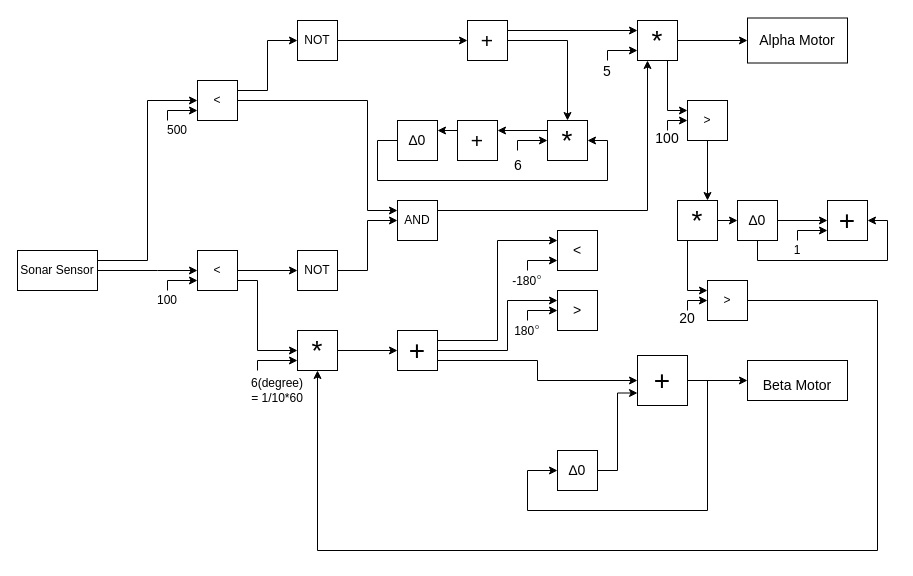
The draw.io diagram proj07/ps2.drawio in miaoyuyang/CSE231, before the edit. Source tidied: cells renumbered, new cells numbered last; positions are measured from the earlier drawing's top-left corner, leaving out a move shared by most shapes. Both pictures are drawn from the tidied source at 100%, with x=0, y=0 at pixel (17, 18).
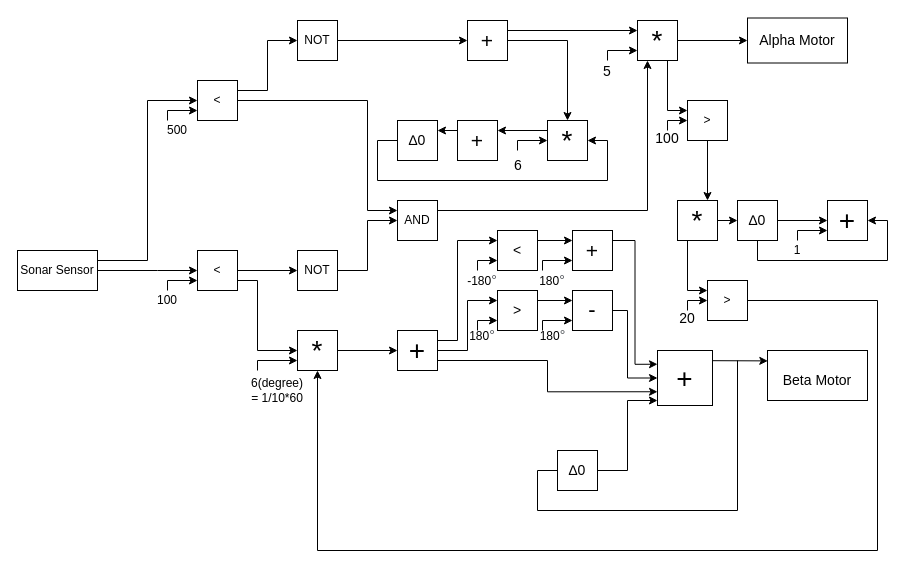
The same page after the edit.

The change refers to these unchanged cells:
```xml
<mxCell id="25" value="+" style="whiteSpace=wrap;html=1;fontSize=28;" parent="1" vertex="1">
  <mxGeometry x="380" y="312" width="40" height="40" as="geometry" />
</mxCell>
<mxCell id="32" value="∆0" style="whiteSpace=wrap;html=1;fontSize=14;" parent="1" vertex="1">
  <mxGeometry x="540" y="432" width="40" height="40" as="geometry" />
</mxCell>
```

The edit, as a diff of the source:
```diff
@@
-    <mxCell id="22" style="edgeStyle=orthogonalEdgeStyle;rounded=0;jettySize=auto;html=1;exitX=1;exitY=0.75;exitDx=0;exitDy=0;entryX=0;entryY=0.5;entryDx=0;entryDy=0;fontSize=14;" parent="1" edge="1" source="25" target="27">
-      <mxGeometry relative="1" as="geometry" />
-    </mxCell>
     <mxCell id="23" style="edgeStyle=orthogonalEdgeStyle;rounded=0;jettySize=auto;html=1;exitX=1;exitY=0.25;exitDx=0;exitDy=0;entryX=0;entryY=0.25;entryDx=0;entryDy=0;fontSize=14;" parent="1" edge="1" source="25" target="33">
-      <mxGeometry relative="1" as="geometry" />
+      <mxGeometry relative="1" as="geometry">
+        <Array as="points">
+          <mxPoint x="440" y="322" />
+          <mxPoint x="440" y="222" />
+        </Array>
+      </mxGeometry>
     </mxCell>
     <mxCell id="24" style="edgeStyle=orthogonalEdgeStyle;rounded=0;jettySize=auto;html=1;exitX=1;exitY=0.5;exitDx=0;exitDy=0;entryX=0;entryY=0.25;entryDx=0;entryDy=0;fontSize=14;" parent="1" edge="1" source="25" target="34">
       <mxGeometry relative="1" as="geometry">
         <Array as="points">
-          <mxPoint x="490" y="332" />
-          <mxPoint x="490" y="282" />
+          <mxPoint x="450" y="332" />
+          <mxPoint x="450" y="282" />
         </Array>
       </mxGeometry>
     </mxCell>
+    <mxCell id="22" style="edgeStyle=orthogonalEdgeStyle;rounded=0;jettySize=auto;html=1;exitX=1;exitY=0.75;exitDx=0;exitDy=0;entryX=0;entryY=0.75;entryDx=0;entryDy=0;fontSize=22;" parent="1" edge="1" source="25" target="27">
+      <mxGeometry relative="1" as="geometry" />
+    </mxCell>
@@
     <mxCell id="27" value="+" style="whiteSpace=wrap;html=1;fontSize=28;" parent="1" vertex="1">
-      <mxGeometry x="620" y="337" width="50" height="50" as="geometry" />
+      <mxGeometry x="640" y="332" width="55" height="55" as="geometry" />
     </mxCell>
     <mxCell id="28" value="&lt;font style=&quot;font-size: 14px;&quot;&gt;Beta Motor&lt;/font&gt;" style="rounded=0;whiteSpace=wrap;html=1;fontSize=28;" parent="1" vertex="1">
-      <mxGeometry x="730" y="342" width="100" height="40" as="geometry" />
+      <mxGeometry x="750" y="332" width="100" height="50" as="geometry" />
     </mxCell>
-    <mxCell id="29" style="endArrow=classic;html=1;rounded=0;fontSize=14;exitX=1;exitY=0.5;exitDx=0;exitDy=0;entryX=0;entryY=0.5;entryDx=0;entryDy=0;" parent="1" edge="1" source="27" target="28">
-      <mxGeometry relative="1" as="geometry" />
-    </mxCell>
     <mxCell id="30" style="endArrow=classic;html=1;rounded=0;fontSize=14;entryX=0;entryY=0.5;entryDx=0;entryDy=0;" parent="1" edge="1">
       <mxGeometry relative="1" as="geometry">
-        <mxPoint x="690" y="362" as="sourcePoint" />
-        <mxPoint x="540" y="452" as="targetPoint" />
+        <mxPoint x="720" y="342" as="sourcePoint" />
+        <mxPoint x="550" y="452" as="targetPoint" />
         <Array as="points">
-          <mxPoint x="690" y="492" />
-          <mxPoint x="510" y="492" />
-          <mxPoint x="510" y="452" />
+          <mxPoint x="720" y="492" />
+          <mxPoint x="520" y="492" />
+          <mxPoint x="520" y="452" />
         </Array>
       </mxGeometry>
     </mxCell>
-    <mxCell id="31" style="edgeStyle=orthogonalEdgeStyle;rounded=0;jettySize=auto;html=1;exitX=1;exitY=0.5;exitDx=0;exitDy=0;entryX=0;entryY=0.75;entryDx=0;entryDy=0;fontSize=14;" parent="1" edge="1" source="32" target="27">
+    <mxCell id="31" style="edgeStyle=orthogonalEdgeStyle;rounded=0;jettySize=auto;html=1;exitX=1;exitY=0.5;exitDx=0;exitDy=0;entryX=0;entryY=0.909;entryDx=0;entryDy=0;entryPerimeter=0;fontSize=22;" parent="1" edge="1" source="32" target="27">
       <mxGeometry relative="1" as="geometry" />
     </mxCell>
@@
+    <mxCell id="75" style="edgeStyle=orthogonalEdgeStyle;rounded=0;jettySize=auto;html=1;exitX=1;exitY=0.25;exitDx=0;exitDy=0;entryX=0;entryY=0.25;entryDx=0;entryDy=0;fontSize=22;" parent="1" edge="1" source="33" target="78">
+      <mxGeometry relative="1" as="geometry" />
+    </mxCell>
     <mxCell id="33" value="&amp;lt;" style="whiteSpace=wrap;html=1;fontSize=14;" parent="1" vertex="1">
-      <mxGeometry x="540" y="212" width="40" height="40" as="geometry" />
+      <mxGeometry x="480" y="212" width="40" height="40" as="geometry" />
     </mxCell>
+    <mxCell id="76" style="edgeStyle=orthogonalEdgeStyle;rounded=0;jettySize=auto;html=1;exitX=1;exitY=0.25;exitDx=0;exitDy=0;entryX=0;entryY=0.25;entryDx=0;entryDy=0;fontSize=22;" parent="1" edge="1" source="34" target="80">
+      <mxGeometry relative="1" as="geometry" />
+    </mxCell>
     <mxCell id="34" value="&amp;gt;" style="whiteSpace=wrap;html=1;fontSize=14;" parent="1" vertex="1">
-      <mxGeometry x="540" y="272" width="40" height="40" as="geometry" />
+      <mxGeometry x="480" y="272" width="40" height="40" as="geometry" />
     </mxCell>
-    <mxCell id="35" style="endArrow=classic;html=1;rounded=0;fontSize=14;entryX=0;entryY=0.75;entryDx=0;entryDy=0;exitX=0.5;exitY=0;exitDx=0;exitDy=0;" parent="1" edge="1" source="36" target="33">
+    <mxCell id="35" style="endArrow=classic;html=1;rounded=0;fontSize=14;entryX=0;entryY=0.75;entryDx=0;entryDy=0;exitX=0.5;exitY=0;exitDx=0;exitDy=0;" parent="1" edge="1" target="33">
       <mxGeometry relative="1" as="geometry">
+        <mxPoint x="460" y="252" as="sourcePoint" />
         <Array as="points">
-          <mxPoint x="510" y="242" />
+          <mxPoint x="460" y="242" />
         </Array>
       </mxGeometry>
     </mxCell>
     <mxCell id="36" value="-180&lt;span style=&quot;color: rgb(77, 81, 86); font-family: arial, sans-serif; font-size: 14px; text-align: left; background-color: rgb(255, 255, 255);&quot;&gt;°&lt;/span&gt;" style="text;html=1;strokeColor=none;fillColor=none;align=center;verticalAlign=middle;whiteSpace=wrap;rounded=0;" parent="1" vertex="1">
-      <mxGeometry x="490" y="252" width="40" height="20" as="geometry" />
+      <mxGeometry x="445" y="252" width="40" height="20" as="geometry" />
     </mxCell>
-    <mxCell id="37" style="endArrow=classic;html=1;rounded=0;fontSize=14;entryX=0;entryY=0.75;entryDx=0;entryDy=0;exitX=0.5;exitY=0;exitDx=0;exitDy=0;" parent="1" edge="1" source="38">
-      <mxGeometry relative="1" as="geometry">
-        <mxPoint x="540" y="292" as="targetPoint" />
-        <Array as="points">
-          <mxPoint x="510" y="302" />
-          <mxPoint x="510" y="292" />
-        </Array>
-      </mxGeometry>
-    </mxCell>
     <mxCell id="38" value="180&lt;span style=&quot;color: rgb(77, 81, 86); font-family: arial, sans-serif; font-size: 14px; text-align: left; background-color: rgb(255, 255, 255);&quot;&gt;°&lt;/span&gt;" style="text;html=1;strokeColor=none;fillColor=none;align=center;verticalAlign=middle;whiteSpace=wrap;rounded=0;" parent="1" vertex="1">
-      <mxGeometry x="490" y="302" width="40" height="20" as="geometry" />
+      <mxGeometry x="455" y="312" width="20" height="10" as="geometry" />
     </mxCell>
@@
+    <mxCell id="77" style="edgeStyle=orthogonalEdgeStyle;rounded=0;jettySize=auto;html=1;exitX=1;exitY=0.25;exitDx=0;exitDy=0;entryX=0;entryY=0.25;entryDx=0;entryDy=0;fontSize=22;" parent="1" edge="1" source="78" target="27">
+      <mxGeometry relative="1" as="geometry" />
+    </mxCell>
+    <mxCell id="78" value="&lt;font style=&quot;font-size: 21px;&quot;&gt;+&lt;/font&gt;" style="whiteSpace=wrap;html=1;fontSize=14;" parent="1" vertex="1">
+      <mxGeometry x="555" y="212" width="40" height="40" as="geometry" />
+    </mxCell>
+    <mxCell id="79" style="edgeStyle=orthogonalEdgeStyle;rounded=0;jettySize=auto;html=1;exitX=1;exitY=0.5;exitDx=0;exitDy=0;entryX=0;entryY=0.5;entryDx=0;entryDy=0;fontSize=22;" parent="1" edge="1" source="80" target="27">
+      <mxGeometry relative="1" as="geometry">
+        <Array as="points">
+          <mxPoint x="610" y="292" />
+          <mxPoint x="610" y="359" />
+        </Array>
+      </mxGeometry>
+    </mxCell>
+    <mxCell id="80" value="&lt;font style=&quot;font-size: 22px;&quot;&gt;-&lt;/font&gt;" style="whiteSpace=wrap;html=1;fontSize=14;" parent="1" vertex="1">
+      <mxGeometry x="555" y="272" width="40" height="40" as="geometry" />
+    </mxCell>
+    <mxCell id="81" style="endArrow=classic;html=1;rounded=0;fontSize=14;entryX=0;entryY=0.75;entryDx=0;entryDy=0;exitX=0.5;exitY=0;exitDx=0;exitDy=0;" parent="1" edge="1">
+      <mxGeometry relative="1" as="geometry">
+        <mxPoint x="525" y="252" as="sourcePoint" />
+        <mxPoint x="555" y="242" as="targetPoint" />
+        <Array as="points">
+          <mxPoint x="525" y="252" />
+          <mxPoint x="525" y="242" />
+        </Array>
+      </mxGeometry>
+    </mxCell>
+    <mxCell id="82" style="endArrow=classic;html=1;rounded=0;fontSize=14;entryX=0;entryY=0.75;entryDx=0;entryDy=0;exitX=0.5;exitY=0;exitDx=0;exitDy=0;" parent="1" edge="1">
+      <mxGeometry relative="1" as="geometry">
+        <mxPoint x="525" y="312" as="sourcePoint" />
+        <mxPoint x="555" y="302" as="targetPoint" />
+        <Array as="points">
+          <mxPoint x="525" y="312" />
+          <mxPoint x="525" y="302" />
+        </Array>
+      </mxGeometry>
+    </mxCell>
+    <mxCell id="83" value="180&lt;span style=&quot;color: rgb(77, 81, 86); font-family: arial, sans-serif; font-size: 14px; text-align: left; background-color: rgb(255, 255, 255);&quot;&gt;°&lt;/span&gt;" style="text;html=1;strokeColor=none;fillColor=none;align=center;verticalAlign=middle;whiteSpace=wrap;rounded=0;" parent="1" vertex="1">
+      <mxGeometry x="515" y="252" width="40" height="20" as="geometry" />
+    </mxCell>
+    <mxCell id="84" style="endArrow=classic;html=1;rounded=0;fontSize=14;entryX=0;entryY=0.75;entryDx=0;entryDy=0;exitX=0.5;exitY=0;exitDx=0;exitDy=0;" parent="1" edge="1">
+      <mxGeometry relative="1" as="geometry">
+        <mxPoint x="460" y="312" as="sourcePoint" />
+        <mxPoint x="480" y="302" as="targetPoint" />
+        <Array as="points">
+          <mxPoint x="460" y="302" />
+        </Array>
+      </mxGeometry>
+    </mxCell>
+    <mxCell id="85" value="180&lt;span style=&quot;color: rgb(77, 81, 86); font-family: arial, sans-serif; font-size: 14px; text-align: left; background-color: rgb(255, 255, 255);&quot;&gt;°&lt;/span&gt;" style="text;html=1;strokeColor=none;fillColor=none;align=center;verticalAlign=middle;whiteSpace=wrap;rounded=0;" parent="1" vertex="1">
+      <mxGeometry x="517.5" y="312" width="35" height="10" as="geometry" />
+    </mxCell>
+    <mxCell id="29" style="endArrow=classic;html=1;rounded=0;fontSize=22;exitX=0.998;exitY=0.185;exitDx=0;exitDy=0;entryX=0.003;entryY=0.208;entryDx=0;entryDy=0;entryPerimeter=0;exitPerimeter=0;" parent="1" edge="1" source="27" target="28">
+      <mxGeometry relative="1" as="geometry" />
+    </mxCell>
```
